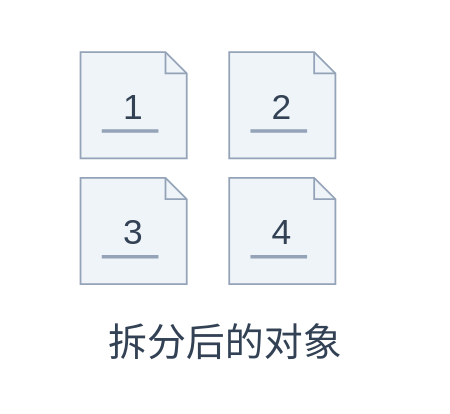
Before: assets/components/chunks.drawio in henry867/drawio-visuals-skill, a draw.io diagram. Source tidied: cells renumbered, new cells numbered last; positions are measured from the earlier drawing's top-left corner, leaving out a move shared by most shapes. Both pictures are drawn from the tidied source at 177%, with x=0, y=0 at pixel (30, 30).
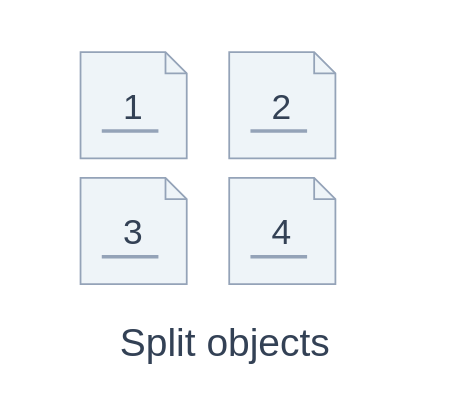
The same page after the edit.

Change to the diagram source:
```diff
@@
 <mxGraphModel background="#FFFFFF">
   <root>
     <mxCell id="0" />
     <mxCell id="1" parent="0" />
     <mxCell id="2" style="group;" parent="1" vertex="1">
       <mxGeometry width="220" height="200" as="geometry" />
     </mxCell>
     <mxCell id="3" value="1" style="html=1;whiteSpace=wrap;fontFamily=Helvetica;fontSize=20;fontColor=#334155;shape=note;size=12;fillColor=#EEF4F8;strokeColor=#94A3B8;fontSize=20;" parent="2" vertex="1">
       <mxGeometry x="28" y="12" width="60" height="60" as="geometry" />
     </mxCell>
     <mxCell id="4" style="html=1;whiteSpace=wrap;fontFamily=Helvetica;fontSize=20;fontColor=#334155;shape=line;strokeColor=#94A3B8;strokeWidth=2;" parent="3" vertex="1">
       <mxGeometry x="12" y="44" width="32" height="1" as="geometry" />
     </mxCell>
     <mxCell id="5" value="2" style="html=1;whiteSpace=wrap;fontFamily=Helvetica;fontSize=20;fontColor=#334155;shape=note;size=12;fillColor=#EEF4F8;strokeColor=#94A3B8;fontSize=20;" parent="2" vertex="1">
       <mxGeometry x="112" y="12" width="60" height="60" as="geometry" />
     </mxCell>
     <mxCell id="6" style="html=1;whiteSpace=wrap;fontFamily=Helvetica;fontSize=20;fontColor=#334155;shape=line;strokeColor=#94A3B8;strokeWidth=2;" parent="5" vertex="1">
       <mxGeometry x="12" y="44" width="32" height="1" as="geometry" />
     </mxCell>
     <mxCell id="7" value="3" style="html=1;whiteSpace=wrap;fontFamily=Helvetica;fontSize=20;fontColor=#334155;shape=note;size=12;fillColor=#EEF4F8;strokeColor=#94A3B8;fontSize=20;" parent="2" vertex="1">
       <mxGeometry x="28" y="83" width="60" height="60" as="geometry" />
     </mxCell>
     <mxCell id="8" style="html=1;whiteSpace=wrap;fontFamily=Helvetica;fontSize=20;fontColor=#334155;shape=line;strokeColor=#94A3B8;strokeWidth=2;" parent="7" vertex="1">
       <mxGeometry x="12" y="44" width="32" height="1" as="geometry" />
     </mxCell>
     <mxCell id="9" value="4" style="html=1;whiteSpace=wrap;fontFamily=Helvetica;fontSize=20;fontColor=#334155;shape=note;size=12;fillColor=#EEF4F8;strokeColor=#94A3B8;fontSize=20;" parent="2" vertex="1">
       <mxGeometry x="112" y="83" width="60" height="60" as="geometry" />
     </mxCell>
     <mxCell id="10" style="html=1;whiteSpace=wrap;fontFamily=Helvetica;fontSize=20;fontColor=#334155;shape=line;strokeColor=#94A3B8;strokeWidth=2;" parent="9" vertex="1">
       <mxGeometry x="12" y="44" width="32" height="1" as="geometry" />
     </mxCell>
-    <mxCell id="11" value="拆分后的对象" style="html=1;whiteSpace=wrap;fontFamily=Helvetica;fontSize=20;fontColor=#334155;text;fillColor=none;strokeColor=none;align=center;verticalAlign=middle;fontSize=22;fontColor=#334155;" parent="2" vertex="1">
+    <mxCell id="11" value="Split objects" style="html=1;whiteSpace=wrap;fontFamily=Helvetica;fontSize=20;fontColor=#334155;text;fillColor=none;strokeColor=none;align=center;verticalAlign=middle;fontSize=22;fontColor=#334155;" parent="2" vertex="1">
       <mxGeometry y="161" width="220" height="32" as="geometry" />
     </mxCell>
   </root>
 </mxGraphModel>
```
